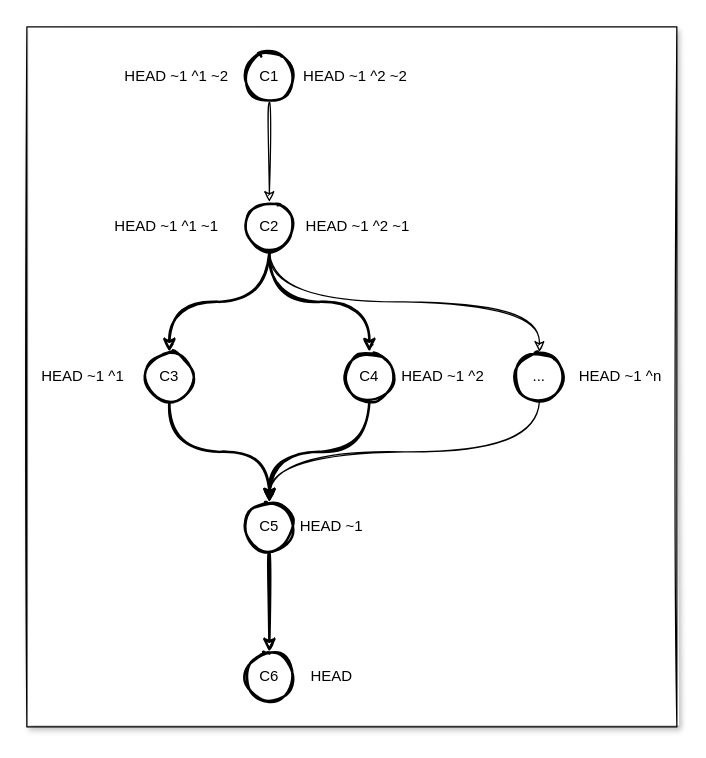
Earlier version of the draw.io diagram Assets/uml/git-selectors.drawio (braboj/tutorial-git). Source tidied: cells renumbered, new cells numbered last; positions are measured from the earlier drawing's top-left corner, leaving out a move shared by most shapes. Both pictures are drawn from the tidied source at 125%, with x=0, y=0 at pixel (26, 26).
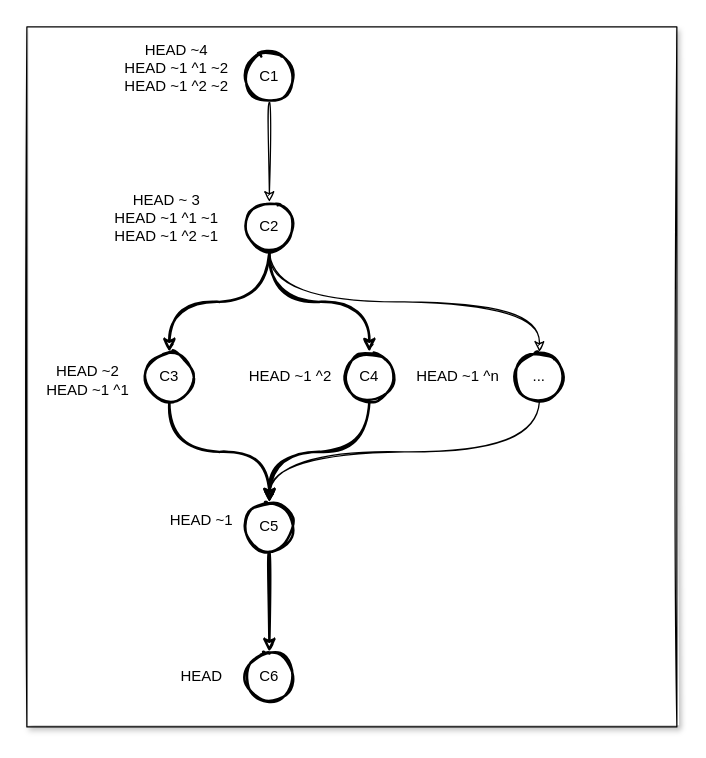
The same page after the edit.

Change to the diagram source:
```diff
@@
     <mxCell id="16" value="HEAD" style="text;html=1;strokeColor=none;fillColor=none;align=center;verticalAlign=middle;whiteSpace=wrap;sketch=1;" parent="1" vertex="1">
-      <mxGeometry x="214" y="505" width="60" height="30" as="geometry" />
+      <mxGeometry x="110" y="505" width="60" height="30" as="geometry" />
     </mxCell>
     <mxCell id="17" value="HEAD ~1" style="text;html=1;strokeColor=none;fillColor=none;align=center;verticalAlign=middle;whiteSpace=wrap;sketch=1;" parent="1" vertex="1">
-      <mxGeometry x="214" y="385" width="60" height="30" as="geometry" />
+      <mxGeometry x="110" y="380" width="60" height="30" as="geometry" />
     </mxCell>
-    <mxCell id="18" value="HEAD ~1 ^1" style="text;html=1;strokeColor=none;fillColor=none;align=center;verticalAlign=middle;whiteSpace=wrap;sketch=1;" parent="1" vertex="1">
-      <mxGeometry y="265" width="90" height="30" as="geometry" />
+    <mxCell id="18" value="HEAD ~2&lt;br&gt;HEAD ~1 ^1" style="text;html=1;strokeColor=none;fillColor=none;align=center;verticalAlign=middle;whiteSpace=wrap;sketch=1;" parent="1" vertex="1">
+      <mxGeometry x="4" y="265" width="90" height="35" as="geometry" />
     </mxCell>
     <mxCell id="19" value="HEAD ~1 ^2" style="text;html=1;strokeColor=none;fillColor=none;align=center;verticalAlign=middle;whiteSpace=wrap;sketch=1;" parent="1" vertex="1">
-      <mxGeometry x="296" y="265" width="74" height="30" as="geometry" />
+      <mxGeometry x="174" y="265" width="74" height="30" as="geometry" />
     </mxCell>
-    <mxCell id="20" value="HEAD ~1 ^1 ~1" style="text;html=1;strokeColor=none;fillColor=none;align=center;verticalAlign=middle;whiteSpace=wrap;sketch=1;" parent="1" vertex="1">
-      <mxGeometry x="60" y="145" width="104" height="30" as="geometry" />
+    <mxCell id="20" value="HEAD ~ 3&lt;br&gt;HEAD ~1 ^1 ~1&lt;br&gt;HEAD ~1 ^2 ~1" style="text;html=1;strokeColor=none;fillColor=none;align=center;verticalAlign=middle;whiteSpace=wrap;sketch=1;" parent="1" vertex="1">
+      <mxGeometry x="60" y="130" width="104" height="45" as="geometry" />
     </mxCell>
-    <mxCell id="21" value="HEAD ~1 ^2 ~1" style="text;html=1;strokeColor=none;fillColor=none;align=center;verticalAlign=middle;whiteSpace=wrap;sketch=1;" parent="1" vertex="1">
-      <mxGeometry x="220" y="145" width="90" height="30" as="geometry" />
-    </mxCell>
-    <mxCell id="22" value="HEAD ~1 ^1 ~2" style="text;html=1;strokeColor=none;fillColor=none;align=center;verticalAlign=middle;whiteSpace=wrap;sketch=1;" parent="1" vertex="1">
-      <mxGeometry x="70" y="25" width="100" height="30" as="geometry" />
+    <mxCell id="22" value="HEAD ~4&lt;br&gt;HEAD ~1 ^1 ~2&lt;br&gt;HEAD ~1 ^2 ~2" style="text;html=1;strokeColor=none;fillColor=none;align=center;verticalAlign=middle;whiteSpace=wrap;sketch=1;" parent="1" vertex="1">
+      <mxGeometry x="70" y="10" width="100" height="45" as="geometry" />
     </mxCell>
-    <mxCell id="23" value="HEAD ~1 ^2 ~2" style="text;html=1;strokeColor=none;fillColor=none;align=center;verticalAlign=middle;whiteSpace=wrap;sketch=1;" parent="1" vertex="1">
-      <mxGeometry x="218" y="25" width="90" height="30" as="geometry" />
-    </mxCell>
@@
     <mxCell id="26" value="HEAD ~1 ^n" style="text;html=1;strokeColor=none;fillColor=none;align=center;verticalAlign=middle;whiteSpace=wrap;sketch=1;" parent="1" vertex="1">
-      <mxGeometry x="440" y="265" width="70" height="30" as="geometry" />
+      <mxGeometry x="310" y="265" width="70" height="30" as="geometry" />
     </mxCell>
```
